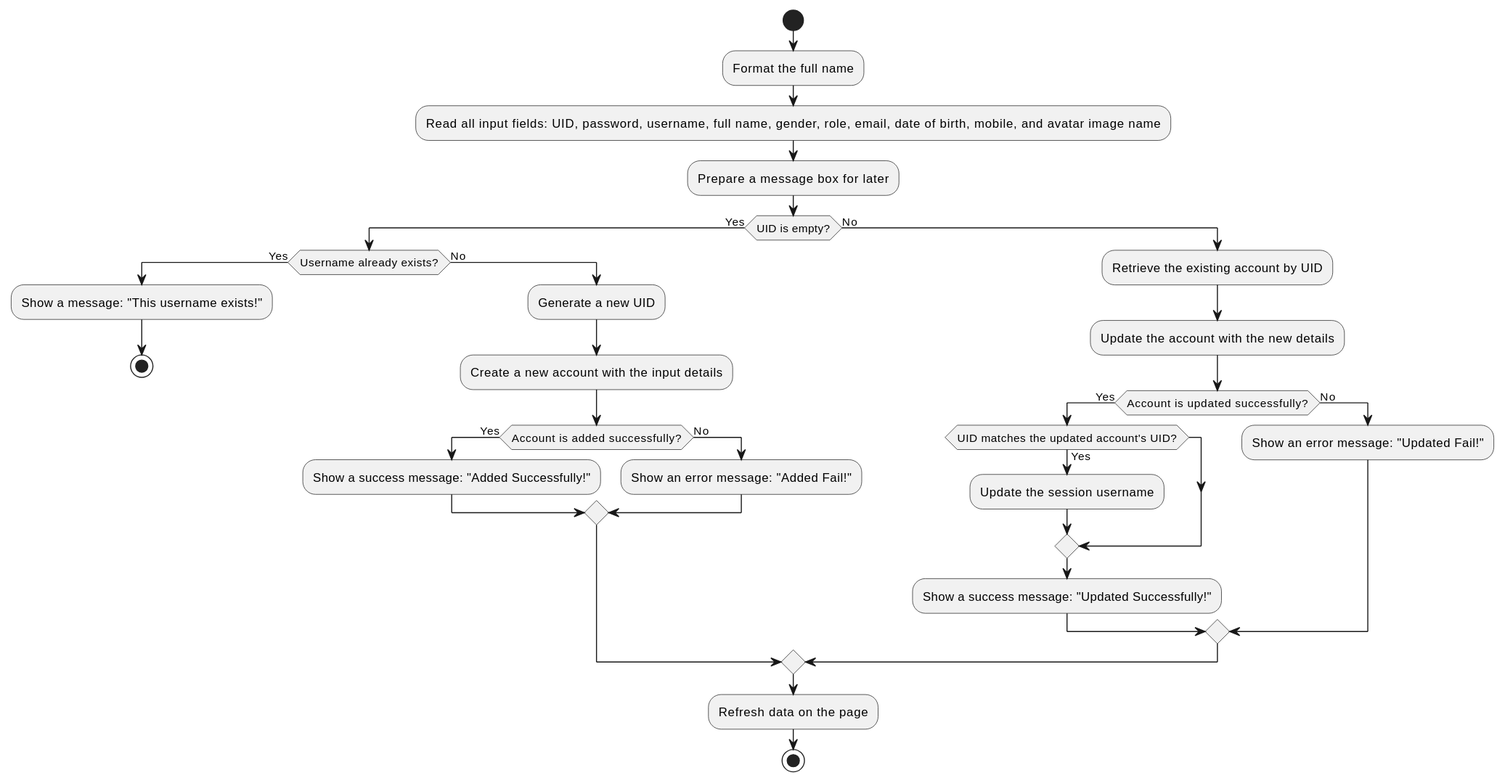
This is docs/design/account/CreateAccount.svg from viettq1997/library-management-system, a PlantUML export, as it was before one commit. The source it was exported from:
```plantuml
@startuml
start
:Format the full name;
:Read all input fields: UID, password, username, full name, gender, role, email, date of birth, mobile, and avatar image name;
:Prepare a message box for later;

if (UID is empty?) then (Yes)
    if (Username already exists?) then (Yes)
        :Show a message: "This username exists!";
        stop
    else (No)
        :Generate a new UID;
        :Create a new account with the input details;
        if (Account is added successfully?) then (Yes)
            :Show a success message: "Added Successfully!";
        else (No)
            :Show an error message: "Added Fail!";
        endif
    endif
else (No)
    :Retrieve the existing account by UID;
    :Update the account with the new details;
    if (Account is updated successfully?) then (Yes)
        if (UID matches the updated account's UID?) then (Yes)
            :Update the session username;
        endif
        :Show a success message: "Updated Successfully!";
    else (No)
        :Show an error message: "Updated Fail!";
    endif
endif

:Refresh data on the page;
stop
@enduml
```
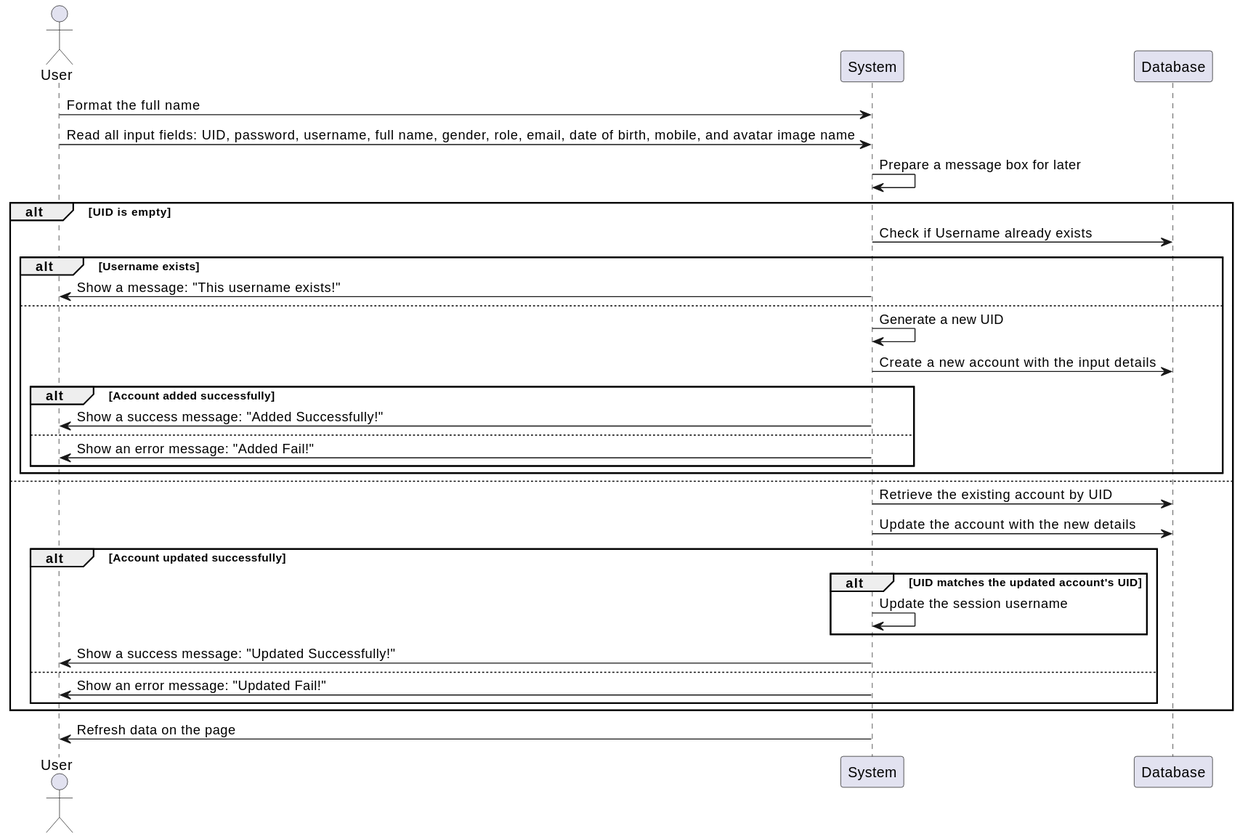
Later version of the same file.

The edit, as a diff of the source:
```diff
@@ -1,35 +1,37 @@
 @startuml
-start
-:Format the full name;
-:Read all input fields: UID, password, username, full name, gender, role, email, date of birth, mobile, and avatar image name;
-:Prepare a message box for later;
+actor User
+participant "System" as System
+participant "Database" as DB
 
-if (UID is empty?) then (Yes)
-    if (Username already exists?) then (Yes)
-        :Show a message: "This username exists!";
-        stop
-    else (No)
-        :Generate a new UID;
-        :Create a new account with the input details;
-        if (Account is added successfully?) then (Yes)
-            :Show a success message: "Added Successfully!";
-        else (No)
-            :Show an error message: "Added Fail!";
-        endif
-    endif
-else (No)
-    :Retrieve the existing account by UID;
-    :Update the account with the new details;
-    if (Account is updated successfully?) then (Yes)
-        if (UID matches the updated account's UID?) then (Yes)
-            :Update the session username;
-        endif
-        :Show a success message: "Updated Successfully!";
-    else (No)
-        :Show an error message: "Updated Fail!";
-    endif
-endif
+User -> System: Format the full name
+User -> System: Read all input fields: UID, password, username, full name, gender, role, email, date of birth, mobile, and avatar image name
+System -> System: Prepare a message box for later
 
-:Refresh data on the page;
-stop
+alt UID is empty
+  System -> DB: Check if Username already exists
+  alt Username exists
+    System -> User: Show a message: "This username exists!"
+  else
+    System -> System: Generate a new UID
+    System -> DB: Create a new account with the input details
+    alt Account added successfully
+      System -> User: Show a success message: "Added Successfully!"
+    else
+      System -> User: Show an error message: "Added Fail!"
+    end
+  end
+else
+  System -> DB: Retrieve the existing account by UID
+  System -> DB: Update the account with the new details
+  alt Account updated successfully
+    alt UID matches the updated account's UID
+      System -> System: Update the session username
+    end
+    System -> User: Show a success message: "Updated Successfully!"
+  else
+    System -> User: Show an error message: "Updated Fail!"
+  end
+end
+
+System -> User: Refresh data on the page
 @enduml
```
